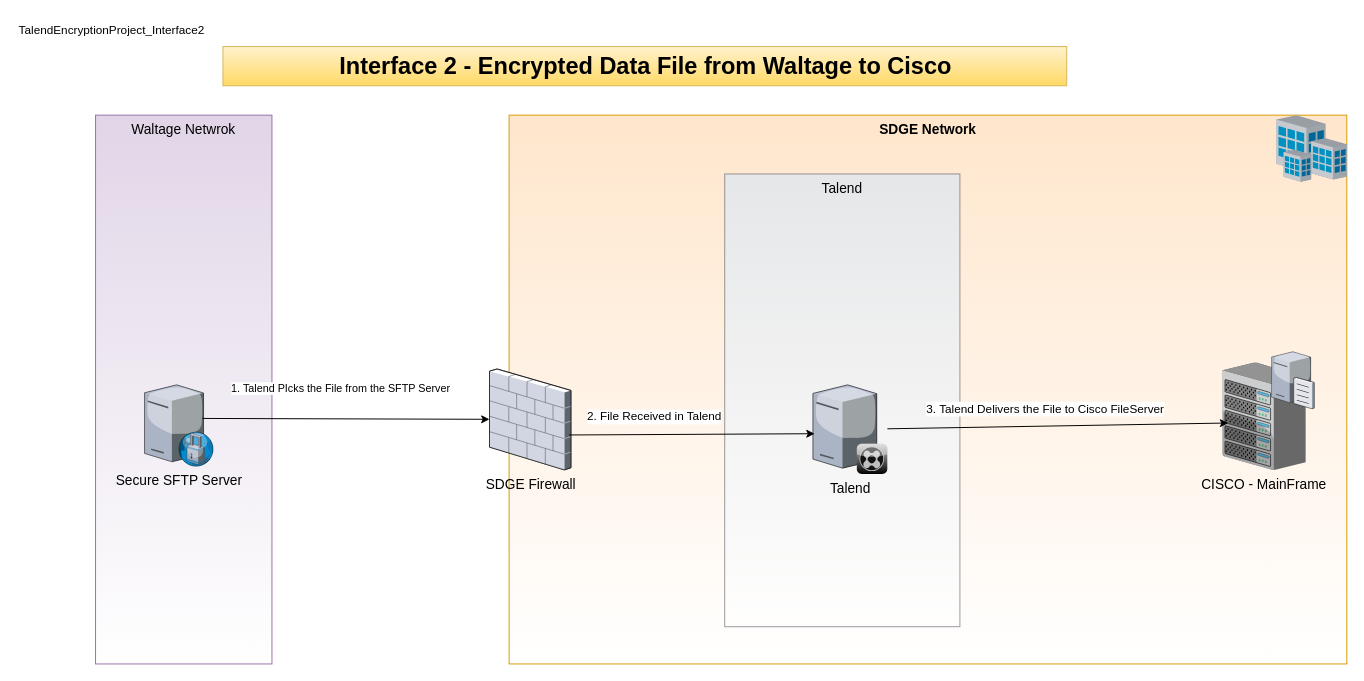
Before: TalendEncryptionProject_Interface2.drawio in reach2nipun/IntegrationDiagrams, a draw.io diagram. Source tidied: cells renumbered, new cells numbered last; positions are measured from the earlier drawing's top-left corner, leaving out a move shared by most shapes. Both pictures are drawn from the tidied source at 98%, with x=0, y=0 at pixel (17, 17).
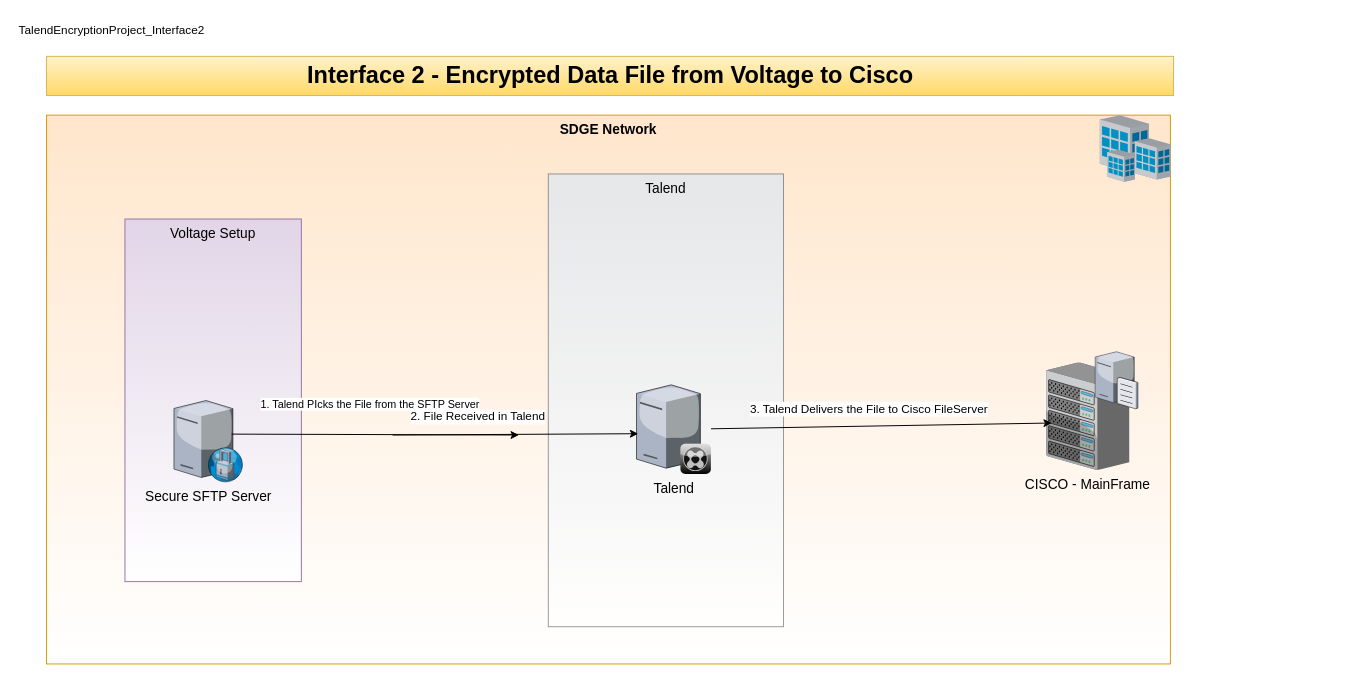
The same diagram, later.

Diff of the diagram source:
```diff
@@
 <mxGraphModel>
   <root>
     <mxCell id="0" />
     <mxCell id="1" parent="0" />
     <mxCell id="2" value="&lt;b&gt;SDGE Network&lt;/b&gt;" style="whiteSpace=wrap;html=1;fillColor=#ffe6cc;fontSize=14;strokeColor=#d79b00;verticalAlign=top;gradientColor=#ffffff;" parent="1" vertex="1">
-      <mxGeometry x="502" y="100" width="854.8" height="560" as="geometry" />
+      <mxGeometry x="30" y="100" width="1146.8" height="560" as="geometry" />
     </mxCell>
     <mxCell id="3" value="Talend" style="whiteSpace=wrap;html=1;fillColor=#cce5ff;fontSize=14;strokeColor=#36393d;verticalAlign=top;opacity=50;gradientColor=#ffffff;" parent="1" vertex="1">
-      <mxGeometry x="722" y="160" width="240" height="462" as="geometry" />
+      <mxGeometry x="542" y="160" width="240" height="462" as="geometry" />
     </mxCell>
-    <mxCell id="4" value="Waltage Netwrok" style="whiteSpace=wrap;html=1;fillColor=#e1d5e7;fontSize=14;strokeColor=#9673a6;verticalAlign=top;gradientColor=#ffffff;" parent="1" vertex="1">
-      <mxGeometry x="80" y="100" width="180" height="560" as="geometry" />
+    <mxCell id="4" value="Voltage Setup" style="whiteSpace=wrap;html=1;fillColor=#e1d5e7;fontSize=14;strokeColor=#9673a6;verticalAlign=top;gradientColor=#ffffff;" parent="1" vertex="1">
+      <mxGeometry x="110" y="206" width="180" height="370" as="geometry" />
     </mxCell>
     <mxCell id="5" value="Talend" style="verticalLabelPosition=bottom;html=1;verticalAlign=top;strokeColor=none;shape=mxgraph.citrix.xenclient_synchronizer;fillColor=#CCCCCC;gradientColor=#000000;gradientDirection=south;fontSize=14;" parent="1" vertex="1">
-      <mxGeometry x="812" y="375.2" width="76" height="91" as="geometry" />
+      <mxGeometry x="632" y="375.2" width="76" height="91" as="geometry" />
     </mxCell>
     <mxCell id="6" value="CISCO - MainFrame" style="verticalLabelPosition=bottom;html=1;verticalAlign=top;strokeColor=none;shape=mxgraph.citrix.chassis;fillColor=#66B2FF;gradientColor=#0066CC;fontSize=14;" parent="1" vertex="1">
-      <mxGeometry x="1230" y="352.5" width="84.8" height="109.5" as="geometry" />
+      <mxGeometry x="1050" y="352.5" width="84.8" height="109.5" as="geometry" />
     </mxCell>
-    <mxCell id="7" value="SDGE Firewall" style="verticalLabelPosition=bottom;html=1;verticalAlign=top;strokeColor=none;shape=mxgraph.citrix.firewall;fillColor=#66B2FF;gradientColor=#0066CC;fontSize=14;" parent="1" vertex="1">
-      <mxGeometry x="482" y="359" width="83.1" height="103" as="geometry" />
-    </mxCell>
     <mxCell id="8" value="Secure SFTP Server" style="verticalLabelPosition=bottom;html=1;verticalAlign=top;strokeColor=none;shape=mxgraph.citrix.proxy_server;fillColor=#66B2FF;gradientColor=#0066CC;fontSize=14;" parent="1" vertex="1">
-      <mxGeometry x="130" y="375.2" width="70.5" height="83" as="geometry" />
+      <mxGeometry x="160" y="391.2" width="70.5" height="83" as="geometry" />
     </mxCell>
     <mxCell id="9" style="verticalLabelPosition=bottom;html=1;verticalAlign=top;strokeColor=none;shape=mxgraph.citrix.site;fillColor=#66B2FF;gradientColor=#0066CC;fontSize=14;" parent="1" vertex="1">
-      <mxGeometry x="1284.8" y="100" width="72" height="68" as="geometry" />
+      <mxGeometry x="1104.8" y="100" width="72" height="68" as="geometry" />
     </mxCell>
-    <mxCell id="10" value="Interface&amp;nbsp;2 - Encrypted Data File from Waltage to Cisco" style="text;strokeColor=#d6b656;fillColor=#fff2cc;html=1;fontSize=24;fontStyle=1;verticalAlign=middle;align=center;gradientColor=#ffd966;" parent="1" vertex="1">
-      <mxGeometry x="210" y="30" width="861" height="40" as="geometry" />
+    <mxCell id="10" value="Interface&amp;nbsp;2 - Encrypted Data File from Voltage to Cisco" style="text;strokeColor=#d6b656;fillColor=#fff2cc;html=1;fontSize=24;fontStyle=1;verticalAlign=middle;align=center;gradientColor=#ffd966;" parent="1" vertex="1">
+      <mxGeometry x="30" y="40" width="1150" height="40" as="geometry" />
     </mxCell>
     <mxCell id="11" value="TalendEncryptionProject_Interface2" style="text;html=1;" parent="1" vertex="1">
       <mxGeometry width="210" height="30" as="geometry" />
     </mxCell>
-    <mxCell id="12" style="endArrow=classic;html=1;exitX=0.976;exitY=0.654;exitDx=0;exitDy=0;exitPerimeter=0;entryX=0.023;entryY=0.548;entryDx=0;entryDy=0;entryPerimeter=0;" parent="1" edge="1" source="7" target="5">
-      <mxGeometry relative="1" as="geometry" />
+    <mxCell id="12" style="endArrow=classic;html=1;exitX=0.976;exitY=0.654;exitDx=0;exitDy=0;exitPerimeter=0;entryX=0.023;entryY=0.548;entryDx=0;entryDy=0;entryPerimeter=0;" parent="1" edge="1" target="5">
+      <mxGeometry relative="1" as="geometry">
+        <mxPoint x="383.1" y="426.4" as="sourcePoint" />
+      </mxGeometry>
     </mxCell>
     <mxCell id="13" value="2. File Received in Talend" style="text;html=1;align=center;verticalAlign=middle;labelBackgroundColor=#ffffff;" parent="12" vertex="1">
       <mxGeometry x="-0.39" y="-4" relative="1" as="geometry">
         <mxPoint x="9.9" y="-22.7" as="offset" />
       </mxGeometry>
     </mxCell>
     <mxCell id="14" style="endArrow=classic;html=1;entryX=0.068;entryY=0.563;entryDx=0;entryDy=0;entryPerimeter=0;" parent="1" edge="1" source="5" target="6">
       <mxGeometry relative="1" as="geometry" />
     </mxCell>
     <mxCell id="15" value="3. Talend Delivers the File to Cisco FileServer" style="text;html=1;align=center;verticalAlign=middle;labelBackgroundColor=#ffffff;" parent="14" vertex="1">
       <mxGeometry x="0.1" y="-1" relative="1" as="geometry">
         <mxPoint x="-30" y="-18.3" as="offset" />
       </mxGeometry>
     </mxCell>
-    <mxCell id="16" value="1. Talend PIcks the File from the SFTP Server" style="endArrow=classic;html=1;exitX=0.836;exitY=0.413;exitDx=0;exitDy=0;exitPerimeter=0;" parent="1" edge="1" source="8" target="7">
-      <mxGeometry x="-0.04" y="31" relative="1" as="geometry" />
+    <mxCell id="16" value="1. Talend PIcks the File from the SFTP Server" style="endArrow=classic;html=1;exitX=0.836;exitY=0.413;exitDx=0;exitDy=0;exitPerimeter=0;" parent="1" edge="1" source="8">
+      <mxGeometry x="-0.04" y="31" relative="1" as="geometry">
+        <mxPoint x="512" y="426.4" as="targetPoint" />
+      </mxGeometry>
     </mxCell>
     <mxCell id="17" style="verticalLabelPosition=bottom;html=1;verticalAlign=top;strokeColor=none;align=center;shape=mxgraph.citrix.file_server;" parent="1" vertex="1">
-      <mxGeometry x="1280" y="340" width="43.5" height="59.5" as="geometry" />
+      <mxGeometry x="1100" y="340" width="43.5" height="59.5" as="geometry" />
     </mxCell>
   </root>
 </mxGraphModel>
```
